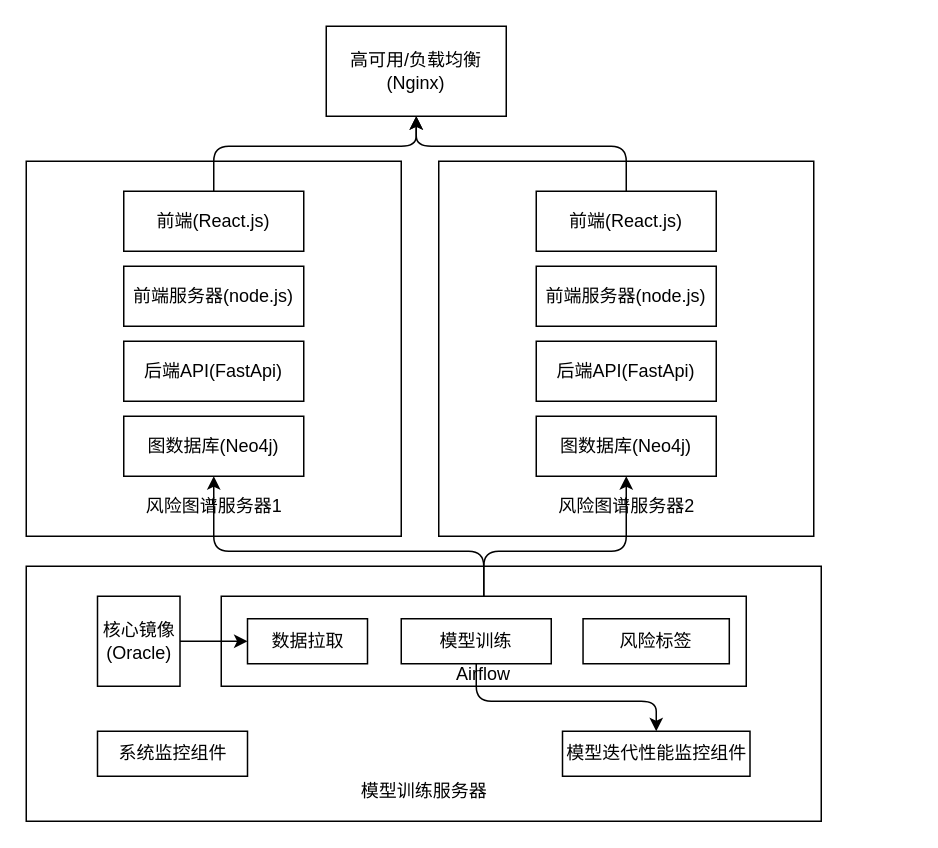
Above: page "应用部署拓扑图" (2 of 3) of 太平/taiping-arch.drawio in XiaoLiuAI/diagrams (draw.io), before the change. Source tidied: cells renumbered, new cells numbered last; positions are measured from the earlier drawing's top-left corner, leaving out a move shared by most shapes. Both pictures are drawn from the tidied source at 150%, with x=0, y=0 at pixel (26, 26).
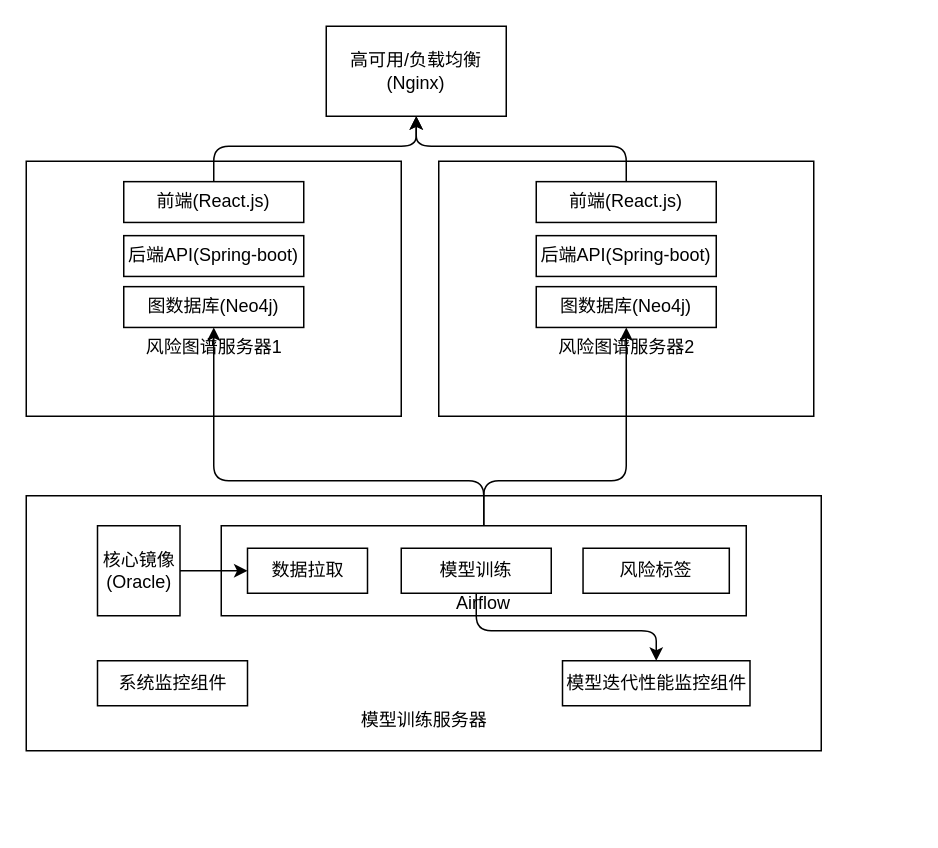
Above is the later version.

Unchanged cells that the change refers to:
```xml
<mxCell id="23" value="&lt;br&gt;&lt;br&gt;&lt;br&gt;Airflow" style="rounded=0;whiteSpace=wrap;html=1;" parent="17" vertex="1">
  <mxGeometry x="130" y="20" width="350" height="60" as="geometry" />
</mxCell>
```

Change to the diagram source:
```diff
@@
     <mxCell id="3" style="group;" parent="1" vertex="1">
-      <mxGeometry y="90" width="250" height="250" as="geometry" />
+      <mxGeometry y="90" width="250" height="170" as="geometry" />
     </mxCell>
     <mxCell id="4" style="rounded=0;whiteSpace=wrap;html=1;" parent="3" vertex="1">
-      <mxGeometry width="250" height="250" as="geometry" />
+      <mxGeometry width="250" height="170" as="geometry" />
     </mxCell>
     <mxCell id="5" value="风险图谱服务器1" style="text;html=1;strokeColor=none;fillColor=none;align=center;verticalAlign=middle;whiteSpace=wrap;rounded=0;" parent="3" vertex="1">
-      <mxGeometry x="78.8" y="220" width="92.5" height="20" as="geometry" />
+      <mxGeometry x="78.8" y="117.6" width="92.5" height="13.6" as="geometry" />
     </mxCell>
     <mxCell id="6" value="前端(React.js)" style="rounded=0;whiteSpace=wrap;html=1;" parent="3" vertex="1">
-      <mxGeometry x="65" y="20" width="120" height="40" as="geometry" />
+      <mxGeometry x="65" y="13.6" width="120" height="27.2" as="geometry" />
     </mxCell>
-    <mxCell id="7" value="前端服务器(node.js)" style="rounded=0;whiteSpace=wrap;html=1;" parent="3" vertex="1">
-      <mxGeometry x="65" y="70" width="120" height="40" as="geometry" />
-    </mxCell>
-    <mxCell id="8" value="后端API(FastApi)" style="rounded=0;whiteSpace=wrap;html=1;" parent="3" vertex="1">
-      <mxGeometry x="65" y="120" width="120" height="40" as="geometry" />
+    <mxCell id="8" value="后端API(Spring-boot)" style="rounded=0;whiteSpace=wrap;html=1;" parent="3" vertex="1">
+      <mxGeometry x="65" y="49.6" width="120" height="27.2" as="geometry" />
     </mxCell>
     <mxCell id="9" value="图数据库(Neo4j)" style="rounded=0;whiteSpace=wrap;html=1;" parent="3" vertex="1">
-      <mxGeometry x="65" y="170" width="120" height="40" as="geometry" />
+      <mxGeometry x="65" y="83.6" width="120" height="27.2" as="geometry" />
     </mxCell>
     <mxCell id="10" style="group;" parent="1" vertex="1">
-      <mxGeometry x="275" y="90" width="315" height="250" as="geometry" />
+      <mxGeometry x="275" y="90" width="315" height="170" as="geometry" />
     </mxCell>
     <mxCell id="11" style="rounded=0;whiteSpace=wrap;html=1;" parent="10" vertex="1">
-      <mxGeometry width="250" height="250" as="geometry" />
+      <mxGeometry width="250" height="170" as="geometry" />
     </mxCell>
     <mxCell id="12" value="风险图谱服务器2" style="text;html=1;strokeColor=none;fillColor=none;align=center;verticalAlign=middle;whiteSpace=wrap;rounded=0;" parent="10" vertex="1">
-      <mxGeometry x="78.8" y="220" width="92.5" height="20" as="geometry" />
+      <mxGeometry x="78.8" y="117.6" width="92.5" height="13.6" as="geometry" />
     </mxCell>
     <mxCell id="13" value="前端(React.js)" style="rounded=0;whiteSpace=wrap;html=1;" parent="10" vertex="1">
-      <mxGeometry x="65" y="20" width="120" height="40" as="geometry" />
+      <mxGeometry x="65" y="13.6" width="120" height="27.2" as="geometry" />
     </mxCell>
-    <mxCell id="14" value="前端服务器(node.js)" style="rounded=0;whiteSpace=wrap;html=1;" parent="10" vertex="1">
-      <mxGeometry x="65" y="70" width="120" height="40" as="geometry" />
-    </mxCell>
-    <mxCell id="15" value="后端API(FastApi)" style="rounded=0;whiteSpace=wrap;html=1;" parent="10" vertex="1">
-      <mxGeometry x="65" y="120" width="120" height="40" as="geometry" />
+    <mxCell id="15" value="后端API(Spring-boot)" style="rounded=0;whiteSpace=wrap;html=1;" parent="10" vertex="1">
+      <mxGeometry x="65" y="49.6" width="120" height="27.2" as="geometry" />
     </mxCell>
     <mxCell id="16" value="图数据库(Neo4j)" style="rounded=0;whiteSpace=wrap;html=1;" parent="10" vertex="1">
-      <mxGeometry x="65" y="170" width="120" height="40" as="geometry" />
+      <mxGeometry x="65" y="83.6" width="120" height="27.2" as="geometry" />
     </mxCell>
     <mxCell id="17" style="group;" parent="1" vertex="1">
-      <mxGeometry y="360" width="530" height="170" as="geometry" />
+      <mxGeometry y="313" width="530" height="170" as="geometry" />
     </mxCell>
@@
     <mxCell id="31" style="edgeStyle=elbowEdgeStyle;elbow=vertical;endArrow=classic;html=1;exitX=0.5;exitY=0;exitDx=0;exitDy=0;entryX=0.5;entryY=1;entryDx=0;entryDy=0;" parent="1" edge="1" source="23" target="16">
       <mxGeometry relative="1" as="geometry">
         <Array as="points">
-          <mxPoint x="360" y="350" />
+          <mxPoint x="360" y="303" />
         </Array>
       </mxGeometry>
     </mxCell>
     <mxCell id="32" style="edgeStyle=elbowEdgeStyle;elbow=vertical;endArrow=classic;html=1;exitX=0.5;exitY=0;exitDx=0;exitDy=0;entryX=0.5;entryY=1;entryDx=0;entryDy=0;" parent="1" edge="1" source="23" target="9">
       <mxGeometry relative="1" as="geometry">
         <Array as="points">
-          <mxPoint x="220" y="350" />
+          <mxPoint x="220" y="303" />
         </Array>
       </mxGeometry>
     </mxCell>
```
